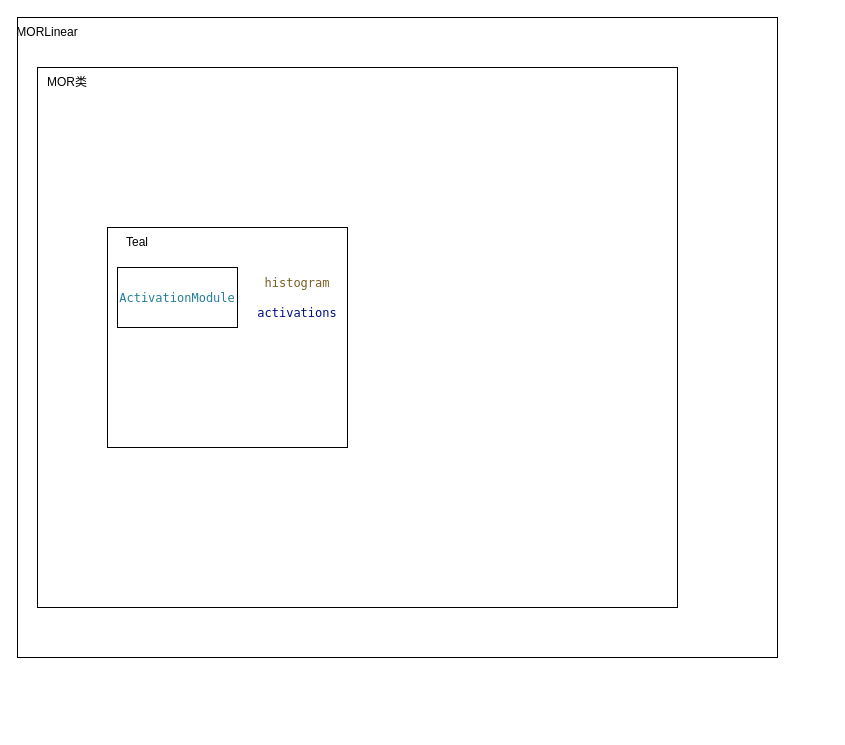
Above: page "代码工程软件设计方案" (1 of 2) of MOR.drawio in Haozon/Draw_File (draw.io), before the change. Source tidied: cells renumbered, new cells numbered last; positions are measured from the earlier drawing's top-left corner, leaving out a move shared by most shapes. Both pictures are drawn from the tidied source at 100%, with x=0, y=0 at pixel (17, 17).
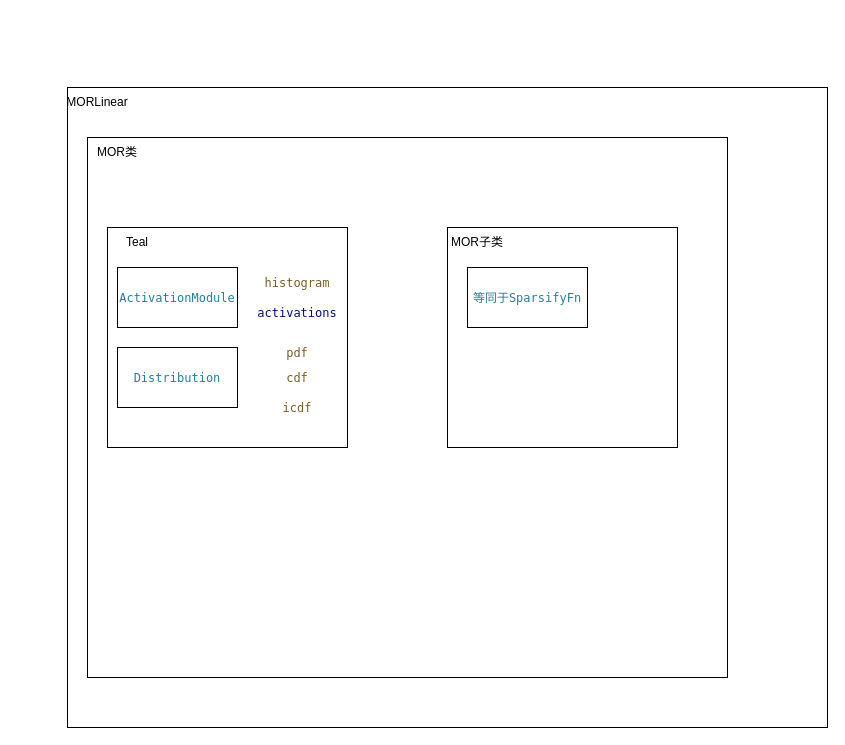
After the change.

Change to the diagram source:
```diff
@@
 <mxGraphModel>
   <root>
     <mxCell id="0" />
     <mxCell id="1" parent="0" />
     <mxCell id="2" style="rounded=0;whiteSpace=wrap;html=1;fillColor=none;" parent="1" vertex="1">
-      <mxGeometry width="760" height="640" as="geometry" />
+      <mxGeometry x="50" y="70" width="760" height="640" as="geometry" />
     </mxCell>
     <mxCell id="3" style="rounded=0;whiteSpace=wrap;html=1;fillColor=none;" parent="1" vertex="1">
-      <mxGeometry x="20" y="50" width="640" height="540" as="geometry" />
+      <mxGeometry x="70" y="120" width="640" height="540" as="geometry" />
     </mxCell>
     <mxCell id="4" value="MOR类" style="text;html=1;align=center;verticalAlign=middle;whiteSpace=wrap;rounded=0;" parent="1" vertex="1">
-      <mxGeometry x="20" y="50" width="60" height="30" as="geometry" />
+      <mxGeometry x="70" y="120" width="60" height="30" as="geometry" />
     </mxCell>
     <mxCell id="5" value="MORLinear" style="text;html=1;align=center;verticalAlign=middle;whiteSpace=wrap;rounded=0;" parent="1" vertex="1">
-      <mxGeometry width="60" height="30" as="geometry" />
+      <mxGeometry x="50" y="70" width="60" height="30" as="geometry" />
     </mxCell>
     <mxCell id="6" style="rounded=0;whiteSpace=wrap;html=1;" parent="1" vertex="1">
       <mxGeometry x="90" y="210" width="240" height="220" as="geometry" />
     </mxCell>
     <mxCell id="7" value="Teal" style="text;html=1;align=center;verticalAlign=middle;whiteSpace=wrap;rounded=0;" parent="1" vertex="1">
       <mxGeometry x="90" y="210" width="60" height="30" as="geometry" />
     </mxCell>
     <mxCell id="8" value="&lt;div style=&quot;color: rgb(59, 59, 59); background-color: rgb(255, 255, 255); font-family: Menlo, Monaco, &amp;quot;Courier New&amp;quot;, monospace; line-height: 18px; white-space: pre;&quot;&gt;&lt;span style=&quot;color: #267f99;&quot;&gt;ActivationModule&lt;/span&gt;&lt;/div&gt;" style="rounded=0;whiteSpace=wrap;html=1;" parent="1" vertex="1">
       <mxGeometry x="100" y="250" width="120" height="60" as="geometry" />
     </mxCell>
     <mxCell id="9" value="&lt;div style=&quot;color: rgb(59, 59, 59); background-color: rgb(255, 255, 255); font-family: Menlo, Monaco, &amp;quot;Courier New&amp;quot;, monospace; line-height: 18px; white-space: pre;&quot;&gt;&lt;span style=&quot;color: #795e26;&quot;&gt;histogram&lt;/span&gt;&lt;/div&gt;" style="text;html=1;align=center;verticalAlign=middle;whiteSpace=wrap;rounded=0;" parent="1" vertex="1">
       <mxGeometry x="250" y="250" width="60" height="30" as="geometry" />
     </mxCell>
     <mxCell id="10" value="&lt;div style=&quot;color: rgb(59, 59, 59); background-color: rgb(255, 255, 255); font-family: Menlo, Monaco, &amp;quot;Courier New&amp;quot;, monospace; line-height: 18px; white-space: pre;&quot;&gt;&lt;div style=&quot;line-height: 18px;&quot;&gt;&lt;span style=&quot;color: #001080;&quot;&gt;activations&lt;/span&gt;&lt;/div&gt;&lt;/div&gt;" style="text;html=1;align=center;verticalAlign=middle;whiteSpace=wrap;rounded=0;" parent="1" vertex="1">
       <mxGeometry x="250" y="280" width="60" height="30" as="geometry" />
     </mxCell>
+    <mxCell id="11" value="&lt;div style=&quot;color: rgb(59, 59, 59); background-color: rgb(255, 255, 255); font-family: Menlo, Monaco, &amp;quot;Courier New&amp;quot;, monospace; line-height: 18px; white-space: pre;&quot;&gt;&lt;div style=&quot;line-height: 18px;&quot;&gt;&lt;span style=&quot;color: #267f99;&quot;&gt;Distribution&lt;/span&gt;&lt;/div&gt;&lt;/div&gt;" style="rounded=0;whiteSpace=wrap;html=1;" parent="1" vertex="1">
+      <mxGeometry x="100" y="330" width="120" height="60" as="geometry" />
+    </mxCell>
+    <mxCell id="12" value="&lt;div style=&quot;color: rgb(59, 59, 59); background-color: rgb(255, 255, 255); font-family: Menlo, Monaco, &amp;quot;Courier New&amp;quot;, monospace; line-height: 18px; white-space: pre;&quot;&gt;&lt;span style=&quot;color: #795e26;&quot;&gt;pdf&lt;/span&gt;&lt;/div&gt;" style="text;html=1;align=center;verticalAlign=middle;whiteSpace=wrap;rounded=0;" parent="1" vertex="1">
+      <mxGeometry x="250" y="320" width="60" height="30" as="geometry" />
+    </mxCell>
+    <mxCell id="13" value="&lt;div style=&quot;color: rgb(59, 59, 59); background-color: rgb(255, 255, 255); font-family: Menlo, Monaco, &amp;quot;Courier New&amp;quot;, monospace; line-height: 18px; white-space: pre;&quot;&gt;&lt;span style=&quot;color: #795e26;&quot;&gt;cdf&lt;/span&gt;&lt;/div&gt;" style="text;html=1;align=center;verticalAlign=middle;whiteSpace=wrap;rounded=0;" parent="1" vertex="1">
+      <mxGeometry x="250" y="345" width="60" height="30" as="geometry" />
+    </mxCell>
+    <mxCell id="14" value="&lt;div style=&quot;color: rgb(59, 59, 59); background-color: rgb(255, 255, 255); font-family: Menlo, Monaco, &amp;quot;Courier New&amp;quot;, monospace; line-height: 18px; white-space: pre;&quot;&gt;&lt;span style=&quot;color: #795e26;&quot;&gt;icdf&lt;/span&gt;&lt;/div&gt;" style="text;html=1;align=center;verticalAlign=middle;whiteSpace=wrap;rounded=0;" parent="1" vertex="1">
+      <mxGeometry x="250" y="375" width="60" height="30" as="geometry" />
+    </mxCell>
+    <mxCell id="15" style="rounded=0;whiteSpace=wrap;html=1;" parent="1" vertex="1">
+      <mxGeometry x="430" y="210" width="230" height="220" as="geometry" />
+    </mxCell>
+    <mxCell id="16" value="MOR子类" style="text;html=1;align=center;verticalAlign=middle;whiteSpace=wrap;rounded=0;" parent="1" vertex="1">
+      <mxGeometry x="430" y="210" width="60" height="30" as="geometry" />
+    </mxCell>
+    <mxCell id="17" value="&lt;div style=&quot;color: rgb(59, 59, 59); background-color: rgb(255, 255, 255); font-family: Menlo, Monaco, &amp;quot;Courier New&amp;quot;, monospace; line-height: 18px; white-space: pre;&quot;&gt;&lt;span style=&quot;color: rgb(38, 127, 153);&quot;&gt;等同于SparsifyFn&lt;/span&gt;&lt;/div&gt;" style="rounded=0;whiteSpace=wrap;html=1;" parent="1" vertex="1">
+      <mxGeometry x="450" y="250" width="120" height="60" as="geometry" />
+    </mxCell>
   </root>
 </mxGraphModel>
```
